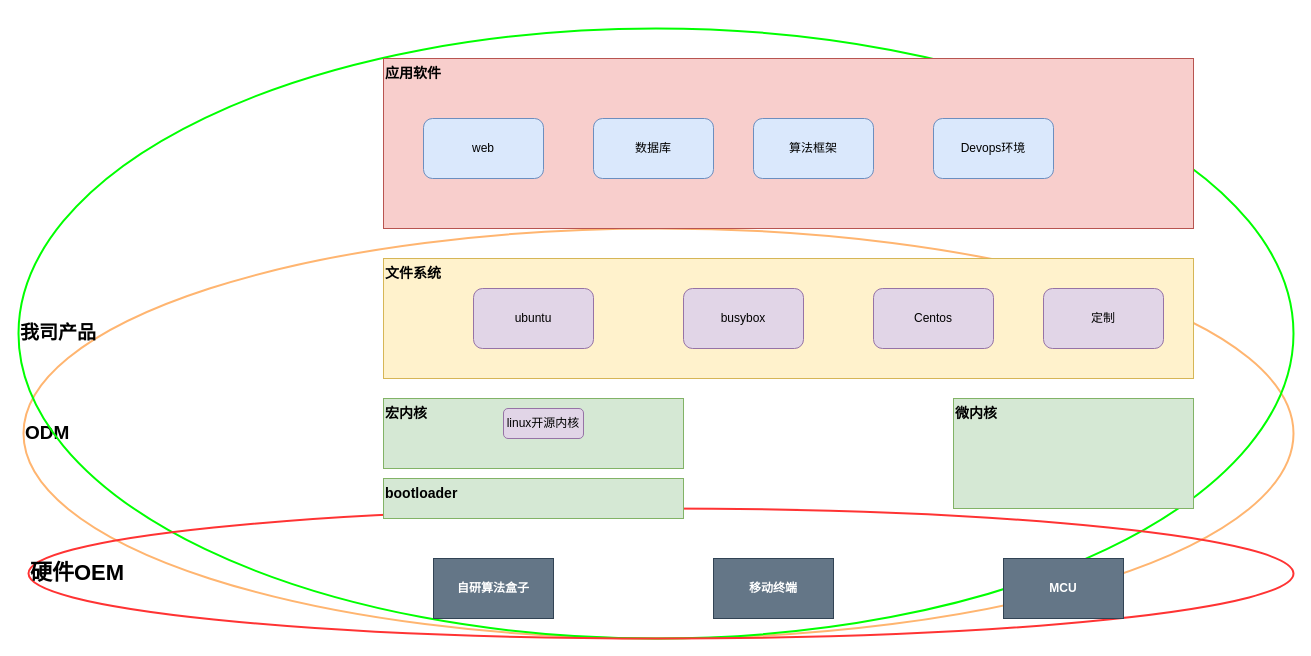
The draw.io diagram platform_design.drawio in qiaoshouxing/draw.io, before the edit. Source tidied: cells renumbered, new cells numbered last; positions are measured from the earlier drawing's top-left corner, leaving out a move shared by most shapes. Both pictures are drawn from the tidied source at 100%, with x=0, y=0 at pixel (18, 28).
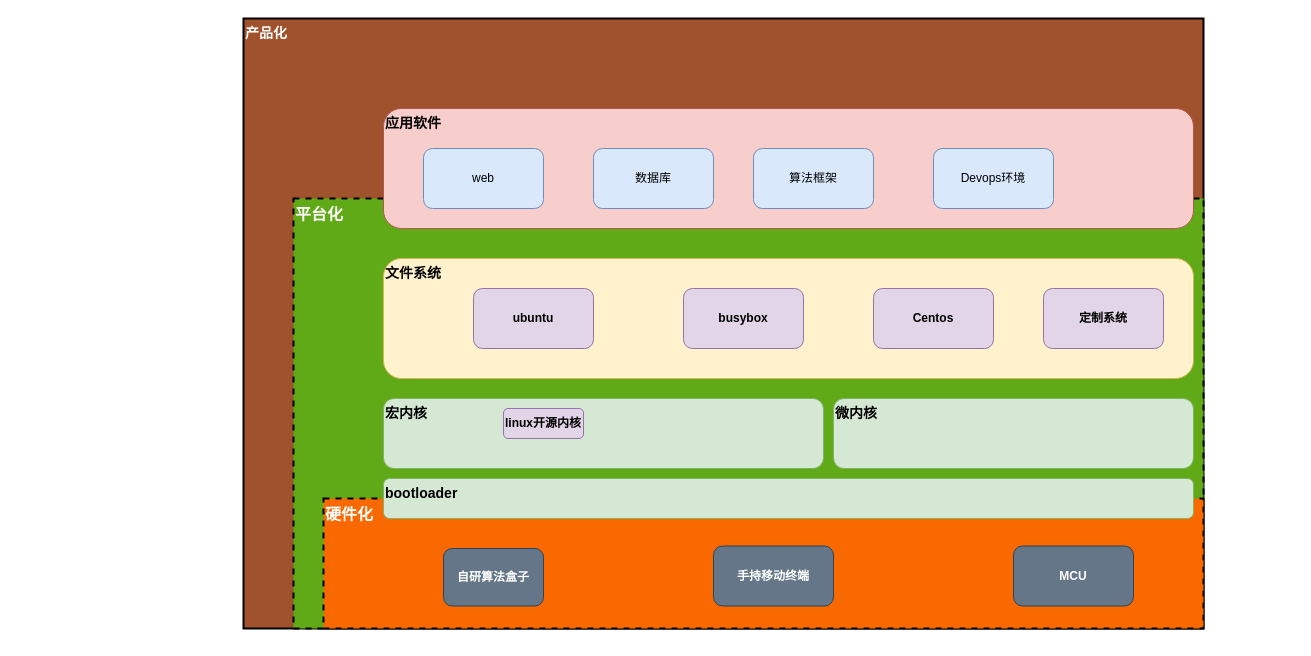
Above is the later version.

What changed in the source:
```diff
@@
-    <mxCell id="2" value="&lt;font color=&quot;#000000&quot; style=&quot;font-size: 19px&quot;&gt;&lt;b&gt;ODM&lt;/b&gt;&lt;/font&gt;" style="ellipse;whiteSpace=wrap;html=1;labelBackgroundColor=none;fillColor=none;fontSize=14;fontColor=#999999;align=left;strokeColor=#FFB570;strokeWidth=2;" parent="1" vertex="1">
-      <mxGeometry x="5" y="200" width="1270" height="410" as="geometry" />
-    </mxCell>
-    <mxCell id="3" value="&lt;font color=&quot;#000000&quot;&gt;&lt;span style=&quot;font-size: 19px&quot;&gt;&lt;b&gt;我司产品&lt;/b&gt;&lt;/span&gt;&lt;/font&gt;" style="ellipse;whiteSpace=wrap;html=1;labelBackgroundColor=none;fillColor=none;fontSize=14;fontColor=#999999;align=left;strokeColor=#00FF00;strokeWidth=2;" parent="1" vertex="1">
-      <mxGeometry width="1275" height="610" as="geometry" />
-    </mxCell>
-    <mxCell id="4" value="&lt;font color=&quot;#000000&quot; size=&quot;1&quot;&gt;&lt;b style=&quot;font-size: 22px&quot;&gt;硬件OEM&lt;/b&gt;&lt;/font&gt;" style="ellipse;whiteSpace=wrap;html=1;labelBackgroundColor=none;fontSize=14;fontColor=#999999;align=left;fillColor=none;strokeColor=#FF3333;strokeWidth=2;" parent="1" vertex="1">
-      <mxGeometry x="10" y="480" width="1265" height="130" as="geometry" />
-    </mxCell>
-    <mxCell id="5" value="自研算法盒子" style="rounded=0;whiteSpace=wrap;html=1;labelBackgroundColor=none;fillColor=#647687;strokeColor=#314354;fontColor=#ffffff;fontStyle=1;" parent="1" vertex="1">
-      <mxGeometry x="415" y="530" width="120" height="60" as="geometry" />
-    </mxCell>
+    <mxCell id="22" value="产品化" style="rounded=0;whiteSpace=wrap;html=1;fillColor=#a0522d;fontSize=14;align=left;fontStyle=1;verticalAlign=top;strokeWidth=2;fontColor=#ffffff;" parent="1" vertex="1">
+      <mxGeometry x="225" y="-10" width="960" height="610" as="geometry" />
+    </mxCell>
+    <mxCell id="23" value="平台化" style="rounded=0;whiteSpace=wrap;html=1;fillColor=#60a917;fontSize=16;align=left;verticalAlign=top;fontStyle=1;strokeWidth=2;fontColor=#ffffff;dashed=1;" parent="1" vertex="1">
+      <mxGeometry x="275" y="170" width="910" height="430" as="geometry" />
+    </mxCell>
+    <mxCell id="24" value="硬件化" style="rounded=0;whiteSpace=wrap;html=1;fillColor=#fa6800;fontSize=16;align=left;fontStyle=1;strokeWidth=2;fontColor=#ffffff;verticalAlign=top;dashed=1;" parent="1" vertex="1">
+      <mxGeometry x="305" y="470" width="880" height="130" as="geometry" />
+    </mxCell>
-    <mxCell id="6" value="宏内核" style="rounded=0;whiteSpace=wrap;html=1;align=left;verticalAlign=top;fillColor=#d5e8d4;strokeColor=#82b366;fontStyle=1;fontSize=14;" parent="1" vertex="1">
-      <mxGeometry x="365" y="370" width="300" height="70" as="geometry" />
+    <mxCell id="6" value="宏内核" style="rounded=1;whiteSpace=wrap;html=1;align=left;verticalAlign=top;fillColor=#d5e8d4;strokeColor=#82b366;fontStyle=1;fontSize=14;" parent="1" vertex="1">
+      <mxGeometry x="365" y="370" width="440" height="70" as="geometry" />
     </mxCell>
-    <mxCell id="7" value="文件系统" style="rounded=0;whiteSpace=wrap;html=1;align=left;verticalAlign=top;fontStyle=1;fontSize=14;fillColor=#fff2cc;strokeColor=#d6b656;" parent="1" vertex="1">
+    <mxCell id="7" value="文件系统" style="rounded=1;whiteSpace=wrap;html=1;align=left;verticalAlign=top;fontStyle=1;fontSize=14;fillColor=#fff2cc;strokeColor=#d6b656;" parent="1" vertex="1">
       <mxGeometry x="365" y="230" width="810" height="120" as="geometry" />
     </mxCell>
-    <mxCell id="8" value="应用软件" style="rounded=0;whiteSpace=wrap;html=1;align=left;verticalAlign=top;fontStyle=1;fontSize=14;fillColor=#f8cecc;strokeColor=#b85450;" parent="1" vertex="1">
-      <mxGeometry x="365" y="30" width="810" height="170" as="geometry" />
+    <mxCell id="8" value="应用软件" style="rounded=1;whiteSpace=wrap;html=1;align=left;verticalAlign=top;fontStyle=1;fontSize=14;fillColor=#f8cecc;strokeColor=#b85450;" parent="1" vertex="1">
+      <mxGeometry x="365" y="80" width="810" height="120" as="geometry" />
     </mxCell>
-    <mxCell id="9" value="ubuntu" style="rounded=1;whiteSpace=wrap;html=1;align=center;fillColor=#e1d5e7;strokeColor=#9673a6;" parent="1" vertex="1">
+    <mxCell id="9" value="ubuntu" style="rounded=1;whiteSpace=wrap;html=1;align=center;fillColor=#e1d5e7;strokeColor=#9673a6;fontStyle=1;" parent="1" vertex="1">
       <mxGeometry x="455" y="260" width="120" height="60" as="geometry" />
     </mxCell>
-    <mxCell id="10" value="busybox" style="rounded=1;whiteSpace=wrap;html=1;align=center;fillColor=#e1d5e7;strokeColor=#9673a6;" parent="1" vertex="1">
+    <mxCell id="10" value="busybox" style="rounded=1;whiteSpace=wrap;html=1;align=center;fillColor=#e1d5e7;strokeColor=#9673a6;fontStyle=1;" parent="1" vertex="1">
       <mxGeometry x="665" y="260" width="120" height="60" as="geometry" />
     </mxCell>
-    <mxCell id="11" value="定制" style="rounded=1;whiteSpace=wrap;html=1;align=center;fillColor=#e1d5e7;strokeColor=#9673a6;" parent="1" vertex="1">
+    <mxCell id="11" value="定制系统" style="rounded=1;whiteSpace=wrap;html=1;align=center;fillColor=#e1d5e7;strokeColor=#9673a6;fontStyle=1;" parent="1" vertex="1">
       <mxGeometry x="1025" y="260" width="120" height="60" as="geometry" />
     </mxCell>
-    <mxCell id="12" value="bootloader" style="rounded=0;whiteSpace=wrap;html=1;align=left;verticalAlign=top;fillColor=#d5e8d4;strokeColor=#82b366;fontStyle=1;fontSize=14;" parent="1" vertex="1">
-      <mxGeometry x="365" y="450" width="300" height="40" as="geometry" />
+    <mxCell id="12" value="bootloader" style="rounded=1;whiteSpace=wrap;html=1;align=left;verticalAlign=top;fillColor=#d5e8d4;strokeColor=#82b366;fontStyle=1;fontSize=14;" parent="1" vertex="1">
+      <mxGeometry x="365" y="450" width="810" height="40" as="geometry" />
     </mxCell>
-    <mxCell id="13" value="linux开源内核" style="rounded=1;whiteSpace=wrap;html=1;align=center;fillColor=#e1d5e7;strokeColor=#9673a6;" parent="1" vertex="1">
+    <mxCell id="13" value="linux开源内核" style="rounded=1;whiteSpace=wrap;html=1;align=center;fillColor=#e1d5e7;strokeColor=#9673a6;fontStyle=1;" parent="1" vertex="1">
       <mxGeometry x="485" y="380" width="80" height="30" as="geometry" />
     </mxCell>
-    <mxCell id="14" value="微内核" style="rounded=0;whiteSpace=wrap;html=1;align=left;verticalAlign=top;fillColor=#d5e8d4;strokeColor=#82b366;fontStyle=1;fontSize=14;" parent="1" vertex="1">
-      <mxGeometry x="935" y="370" width="240" height="110" as="geometry" />
+    <mxCell id="14" value="微内核" style="rounded=1;whiteSpace=wrap;html=1;align=left;verticalAlign=top;fillColor=#d5e8d4;strokeColor=#82b366;fontStyle=1;fontSize=14;" parent="1" vertex="1">
+      <mxGeometry x="815" y="370" width="360" height="70" as="geometry" />
     </mxCell>
-    <mxCell id="15" value="Centos" style="rounded=1;whiteSpace=wrap;html=1;align=center;fillColor=#e1d5e7;strokeColor=#9673a6;" parent="1" vertex="1">
+    <mxCell id="15" value="Centos" style="rounded=1;whiteSpace=wrap;html=1;align=center;fillColor=#e1d5e7;strokeColor=#9673a6;fontStyle=1;" parent="1" vertex="1">
       <mxGeometry x="855" y="260" width="120" height="60" as="geometry" />
     </mxCell>
     <mxCell id="16" value="web" style="rounded=1;whiteSpace=wrap;html=1;align=center;fillColor=#dae8fc;strokeColor=#6c8ebf;" parent="1" vertex="1">
-      <mxGeometry x="405" y="90" width="120" height="60" as="geometry" />
+      <mxGeometry x="405" y="120" width="120" height="60" as="geometry" />
     </mxCell>
     <mxCell id="17" value="数据库" style="rounded=1;whiteSpace=wrap;html=1;align=center;fillColor=#dae8fc;strokeColor=#6c8ebf;" parent="1" vertex="1">
-      <mxGeometry x="575" y="90" width="120" height="60" as="geometry" />
+      <mxGeometry x="575" y="120" width="120" height="60" as="geometry" />
     </mxCell>
     <mxCell id="18" value="算法框架" style="rounded=1;whiteSpace=wrap;html=1;align=center;fillColor=#dae8fc;strokeColor=#6c8ebf;" parent="1" vertex="1">
-      <mxGeometry x="735" y="90" width="120" height="60" as="geometry" />
+      <mxGeometry x="735" y="120" width="120" height="60" as="geometry" />
     </mxCell>
     <mxCell id="19" value="Devops环境" style="rounded=1;whiteSpace=wrap;html=1;align=center;fillColor=#dae8fc;strokeColor=#6c8ebf;" parent="1" vertex="1">
-      <mxGeometry x="915" y="90" width="120" height="60" as="geometry" />
+      <mxGeometry x="915" y="120" width="120" height="60" as="geometry" />
     </mxCell>
+    <mxCell id="5" value="自研算法盒子" style="rounded=1;whiteSpace=wrap;html=1;labelBackgroundColor=none;fillColor=#647687;strokeColor=#314354;fontStyle=1;fontColor=#FFFFFF;" parent="1" vertex="1">
+      <mxGeometry x="425" y="520" width="100" height="57.5" as="geometry" />
+    </mxCell>
-    <mxCell id="20" value="MCU" style="rounded=0;whiteSpace=wrap;html=1;labelBackgroundColor=none;fillColor=#647687;strokeColor=#314354;fontColor=#ffffff;fontStyle=1;" parent="1" vertex="1">
-      <mxGeometry x="985" y="530" width="120" height="60" as="geometry" />
+    <mxCell id="20" value="MCU" style="rounded=1;whiteSpace=wrap;html=1;labelBackgroundColor=none;fillColor=#647687;strokeColor=#314354;fontColor=#ffffff;fontStyle=1;" parent="1" vertex="1">
+      <mxGeometry x="995" y="517.5" width="120" height="60" as="geometry" />
     </mxCell>
-    <mxCell id="21" value="移动终端" style="rounded=0;whiteSpace=wrap;html=1;labelBackgroundColor=none;fillColor=#647687;strokeColor=#314354;fontColor=#ffffff;fontStyle=1;" parent="1" vertex="1">
-      <mxGeometry x="695" y="530" width="120" height="60" as="geometry" />
+    <mxCell id="21" value="手持移动终端" style="rounded=1;whiteSpace=wrap;html=1;labelBackgroundColor=none;fillColor=#647687;strokeColor=#314354;fontColor=#ffffff;fontStyle=1;" parent="1" vertex="1">
+      <mxGeometry x="695" y="517.5" width="120" height="60" as="geometry" />
     </mxCell>
```
